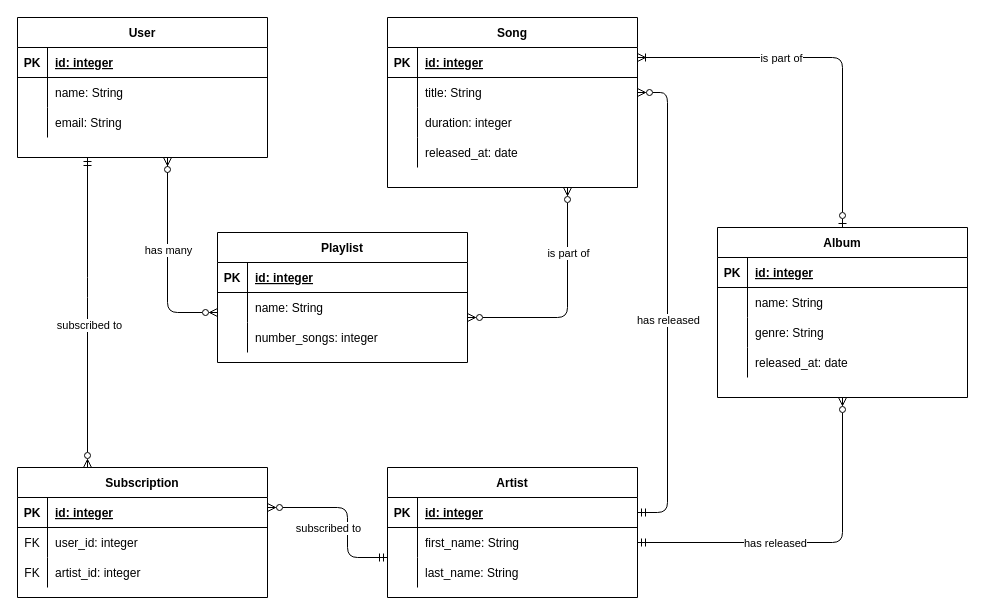
SBakanow/hhn-db1-memeql keeps this draw.io diagram as erd.drawio. Above is the earlier version. Source tidied: cells renumbered, new cells numbered last; positions are measured from the earlier drawing's top-left corner, leaving out a move shared by most shapes. Both pictures are drawn from the tidied source at 100%, with x=0, y=0 at pixel (17, 17).
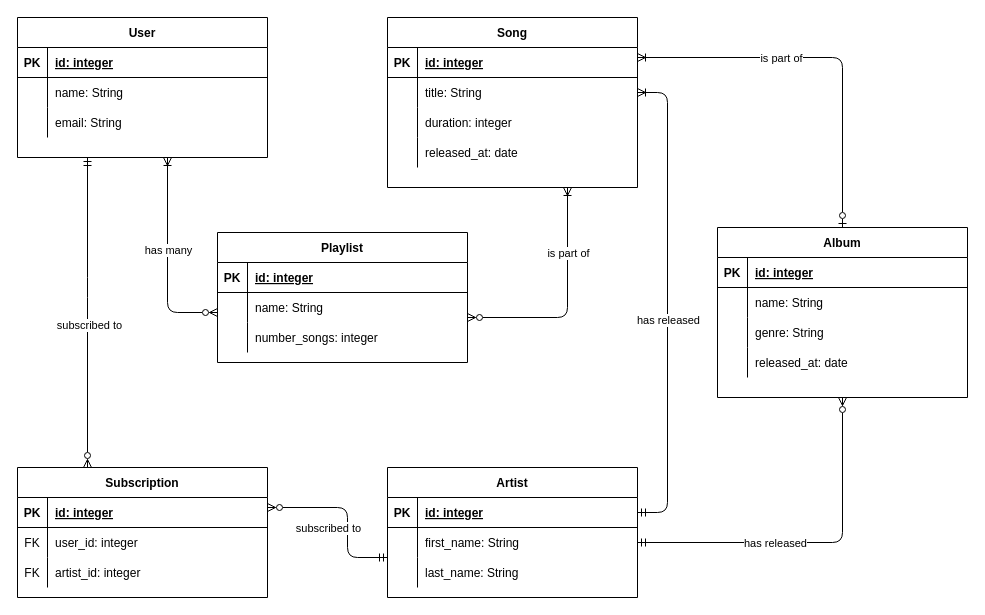
The same page after the edit.

Unchanged cells that the change refers to:
```xml
<mxCell id="4" value="Song" style="shape=table;startSize=30;childLayout=tableLayout;rowLines=0;fontStyle=1;align=center;" parent="1" vertex="1">
  <mxGeometry x="370" width="250" height="170" as="geometry" />
</mxCell>
<mxCell id="8" style="shape=partialRectangle;fillColor=none;points=[[0,0.5],[1,0.5]];portConstraint=eastwest;top=0;left=0;right=0;bottom=0;" parent="4" vertex="1">
  <mxGeometry y="60" width="250" height="30" as="geometry" />
</mxCell>
<mxCell id="18" style="shape=partialRectangle;fillColor=none;points=[[0,0.5],[1,0.5]];portConstraint=eastwest;top=0;left=0;right=0;bottom=1;" parent="17" vertex="1">
  <mxGeometry y="30" width="250" height="30" as="geometry" />
</mxCell>
<mxCell id="27" value="User" style="shape=table;startSize=30;childLayout=tableLayout;rowLines=0;fontStyle=1;align=center;" parent="1" vertex="1">
  <mxGeometry width="250" height="140" as="geometry" />
</mxCell>
<mxCell id="37" value="Playlist" style="shape=table;startSize=30;childLayout=tableLayout;rowLines=0;fontStyle=1;align=center;" parent="1" vertex="1">
  <mxGeometry x="200" y="215" width="250" height="130" as="geometry" />
</mxCell>
```

Change to the diagram source:
```diff
@@
-    <mxCell id="2" style="edgeStyle=entityRelationEdgeStyle;endArrow=ERmandOne;startArrow=ERzeroToMany;endFill=0;startFill=0;" parent="1" edge="1" source="8" target="18">
+    <mxCell id="2" style="edgeStyle=entityRelationEdgeStyle;endArrow=ERmandOne;startArrow=ERoneToMany;endFill=0;startFill=0;" parent="1" edge="1" source="8" target="18">
       <mxGeometry relative="1" as="geometry" />
     </mxCell>
@@
-    <mxCell id="57" style="edgeStyle=orthogonalEdgeStyle;endArrow=ERzeroToMany;startArrow=ERzeroToMany;endFill=1;startFill=0;" parent="1" edge="1" source="37" target="27">
+    <mxCell id="57" style="edgeStyle=orthogonalEdgeStyle;endArrow=ERoneToMany;startArrow=ERzeroToMany;endFill=0;startFill=0;" parent="1" edge="1" source="37" target="27">
       <mxGeometry relative="1" as="geometry">
         <Array as="points">
           <mxPoint x="150" y="295" />
         </Array>
       </mxGeometry>
     </mxCell>
@@
-    <mxCell id="59" style="edgeStyle=orthogonalEdgeStyle;endArrow=ERzeroToMany;startArrow=ERzeroToMany;endFill=0;startFill=0;" parent="1" edge="1" source="37" target="4">
+    <mxCell id="59" style="edgeStyle=orthogonalEdgeStyle;endArrow=ERoneToMany;startArrow=ERzeroToMany;endFill=0;startFill=0;" parent="1" edge="1" source="37" target="4">
       <mxGeometry relative="1" as="geometry">
         <Array as="points">
           <mxPoint x="550" y="300" />
         </Array>
       </mxGeometry>
     </mxCell>
```
